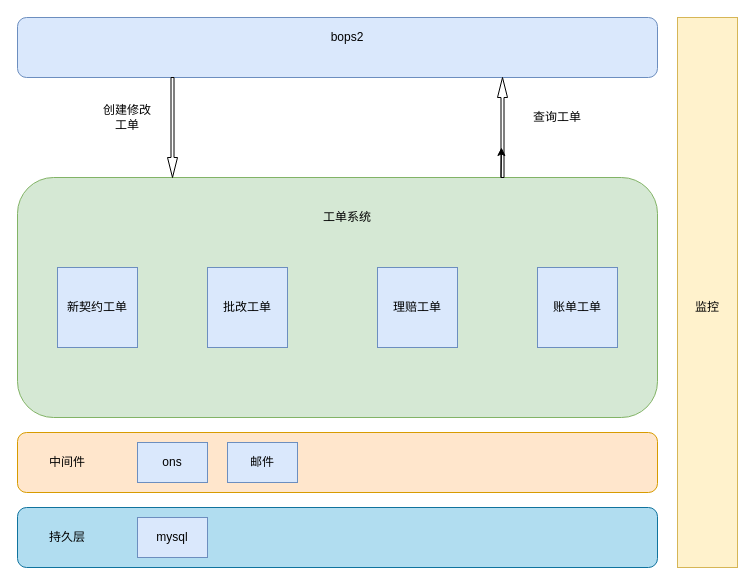
The draw.io diagram page "Page-1" (1 of 3) of 工单系统架构图.drawio in ferityLi/OnlineDrawing, before the edit. Source tidied: cells renumbered, new cells numbered last; positions are measured from the earlier drawing's top-left corner, leaving out a move shared by most shapes. Both pictures are drawn from the tidied source at 100%, with x=0, y=0 at pixel (17, 17).
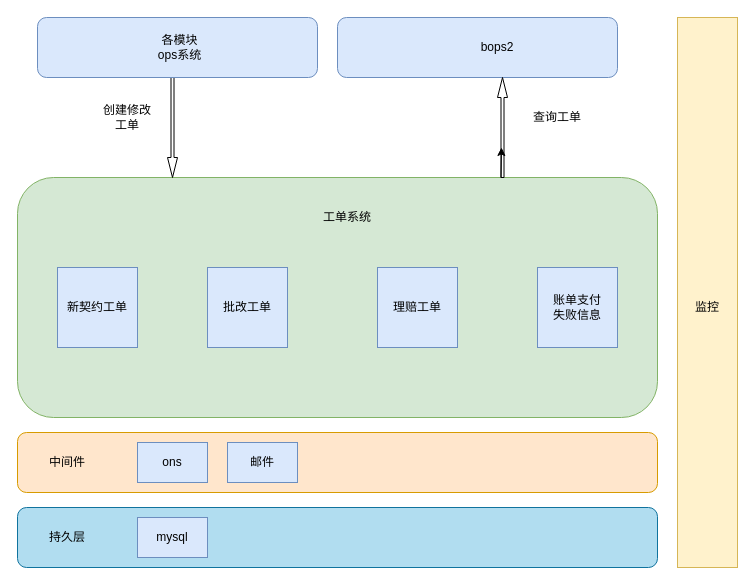
The same diagram, later.

What changed in the source:
```diff
@@
     <mxCell id="2" style="rounded=1;whiteSpace=wrap;html=1;fillColor=#dae8fc;strokeColor=#6c8ebf;" parent="1" vertex="1">
-      <mxGeometry width="640" height="60" as="geometry" />
+      <mxGeometry x="320" width="280" height="60" as="geometry" />
     </mxCell>
     <mxCell id="3" value="bops2" style="text;html=1;strokeColor=none;fillColor=none;align=center;verticalAlign=middle;whiteSpace=wrap;rounded=0;" parent="1" vertex="1">
-      <mxGeometry x="310" y="10" width="40" height="20" as="geometry" />
+      <mxGeometry x="460" y="20" width="40" height="20" as="geometry" />
     </mxCell>
@@
-    <mxCell id="15" value="账单工单" style="whiteSpace=wrap;html=1;fillColor=#dae8fc;strokeColor=#6c8ebf;" parent="1" vertex="1">
+    <mxCell id="15" value="账单支付&lt;br&gt;失败信息" style="whiteSpace=wrap;html=1;fillColor=#dae8fc;strokeColor=#6c8ebf;" parent="1" vertex="1">
       <mxGeometry x="520" y="250" width="80" height="80" as="geometry" />
     </mxCell>
@@
+    <mxCell id="24" style="rounded=1;whiteSpace=wrap;html=1;fillColor=#dae8fc;strokeColor=#6c8ebf;" parent="1" vertex="1">
+      <mxGeometry x="20" width="280" height="60" as="geometry" />
+    </mxCell>
+    <mxCell id="25" value="各模块ops系统" style="text;html=1;strokeColor=none;fillColor=none;align=center;verticalAlign=middle;whiteSpace=wrap;rounded=0;" parent="1" vertex="1">
+      <mxGeometry x="135" y="20" width="55" height="20" as="geometry" />
+    </mxCell>
```
